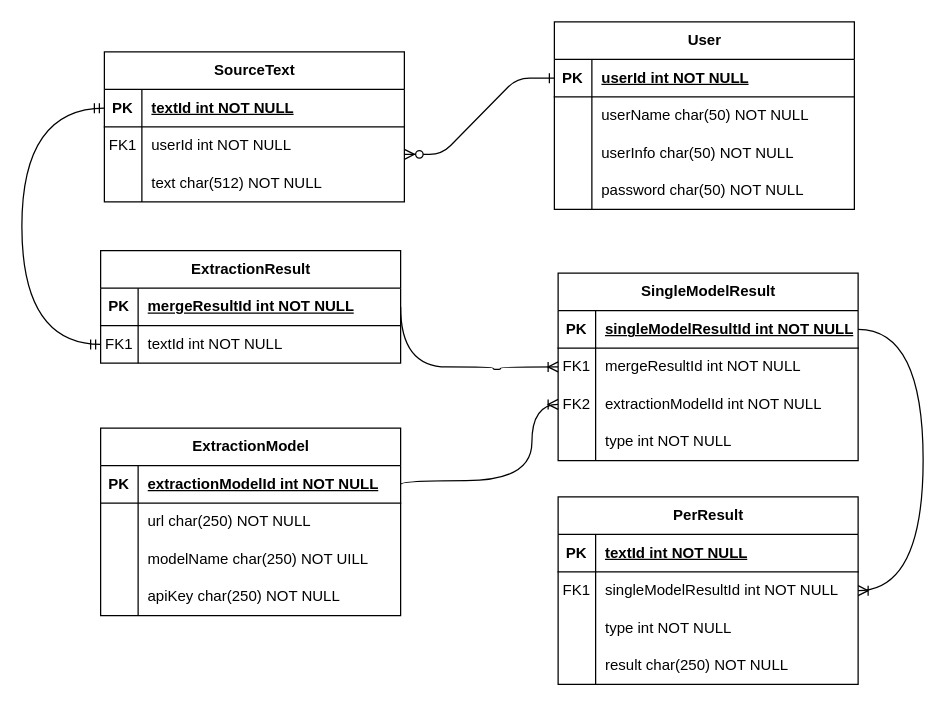
The draw.io diagram ER图.drawio in Wonderful23/algorithm, before the edit. Source tidied: cells renumbered, new cells numbered last; positions are measured from the earlier drawing's top-left corner, leaving out a move shared by most shapes. Both pictures are drawn from the tidied source at 125%, with x=0, y=0 at pixel (21, -232).
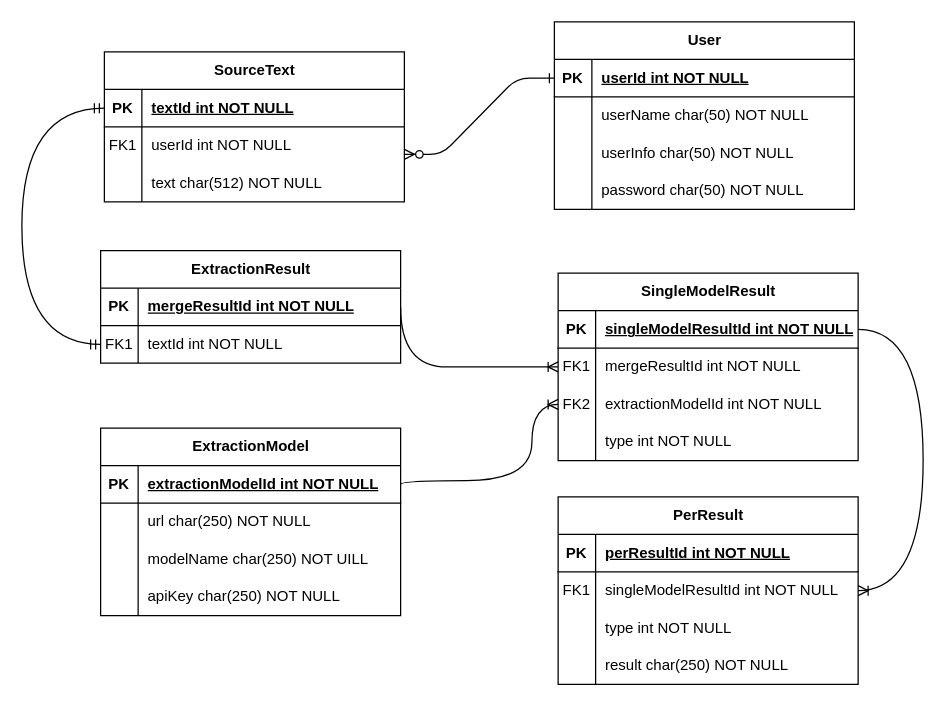
After the change.

The change refers to these unchanged cells:
```xml
<mxCell id="26" style="shape=tableRow;horizontal=0;startSize=0;swimlaneHead=0;swimlaneBody=0;fillColor=none;points=[[0,0.5],[1,0.5]];portConstraint=eastwest;top=0;left=0;right=0;bottom=1;" parent="25" vertex="1">
  <mxGeometry y="30" width="240" height="30" as="geometry" />
</mxCell>
<mxCell id="36" style="shape=tableRow;horizontal=0;startSize=0;swimlaneHead=0;swimlaneBody=0;fillColor=none;points=[[0,0.5],[1,0.5]];portConstraint=eastwest;top=0;left=0;right=0;bottom=0;" parent="32" vertex="1">
  <mxGeometry y="60" width="240" height="30" as="geometry" />
</mxCell>
<mxCell id="46" style="shape=tableRow;horizontal=0;startSize=0;swimlaneHead=0;swimlaneBody=0;fillColor=none;top=0;left=0;right=0;bottom=1;" parent="45" vertex="1">
  <mxGeometry y="30" width="240" height="30" as="geometry" />
</mxCell>
```

The edit, as a diff of the source:
```diff
@@
-    <mxCell id="48" value="textId int NOT NULL" style="shape=partialRectangle;fillColor=none;top=0;left=0;bottom=0;right=0;align=left;spacingLeft=6;fontStyle=5;overflow=hidden;whiteSpace=wrap;html=1;" parent="46" vertex="1">
+    <mxCell id="48" value="perResultId int NOT NULL" style="shape=partialRectangle;fillColor=none;top=0;left=0;bottom=0;right=0;align=left;spacingLeft=6;fontStyle=5;overflow=hidden;whiteSpace=wrap;html=1;" parent="46" vertex="1">
       <mxGeometry x="30" width="210" height="30" as="geometry" />
     </mxCell>
@@
     <mxCell id="74" style="edgeStyle=orthogonalEdgeStyle;fontSize=12;html=1;endArrow=ERoneToMany;rounded=0;curved=1;entryX=0;entryY=0.5;entryDx=0;entryDy=0;exitX=1;exitY=0.5;exitDx=0;exitDy=0;" parent="1" edge="1" source="26" target="36">
       <mxGeometry relative="1" as="geometry">
         <Array as="points">
           <mxPoint x="303" y="479" />
           <mxPoint x="377" y="479" />
-          <mxPoint x="377" y="481" />
-          <mxPoint x="383" y="481" />
-          <mxPoint x="383" y="479" />
+          <mxPoint x="377" y="479" />
         </Array>
       </mxGeometry>
     </mxCell>
```
